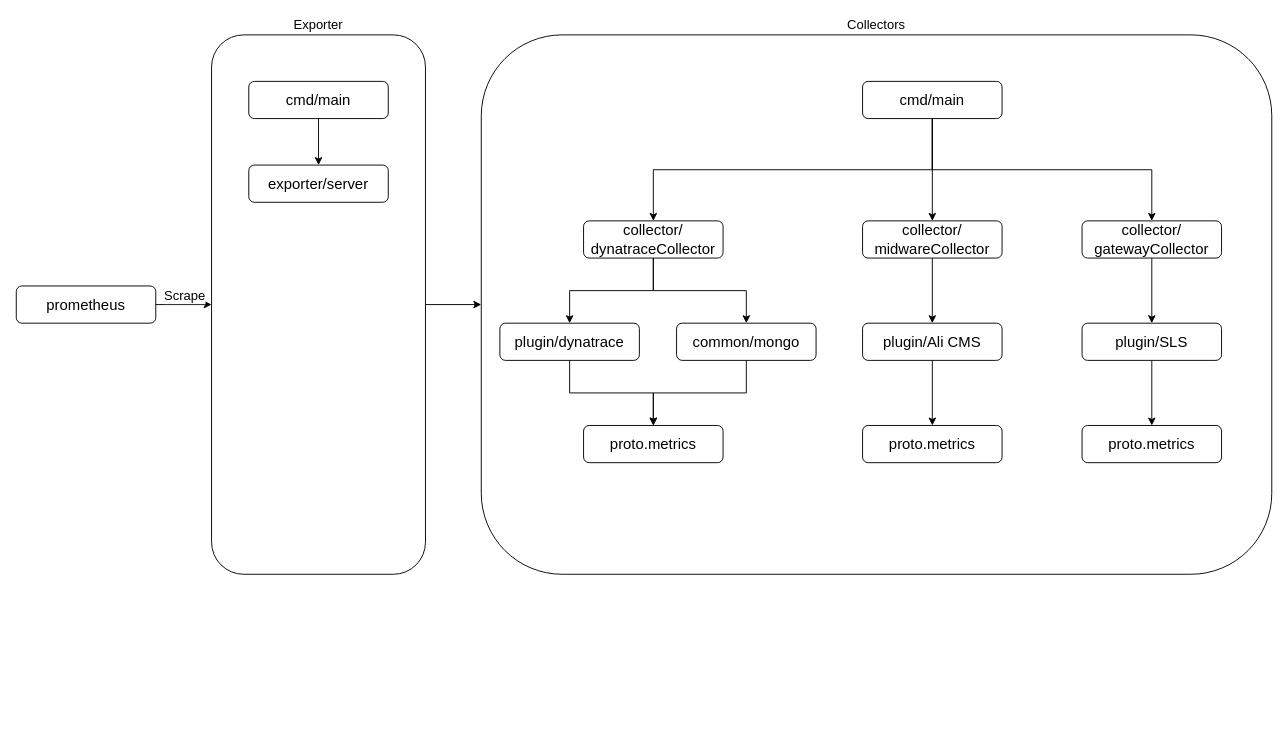
The draw.io diagram page "Exporter采集逻辑" (4 of 4) of 数据采集架构图.drawio in Allen9797/WorkZone, before the edit. Source tidied: cells renumbered, new cells numbered last; positions are measured from the earlier drawing's top-left corner, leaving out a move shared by most shapes. Both pictures are drawn from the tidied source at 93%, with x=0, y=0 at pixel (16, 34).
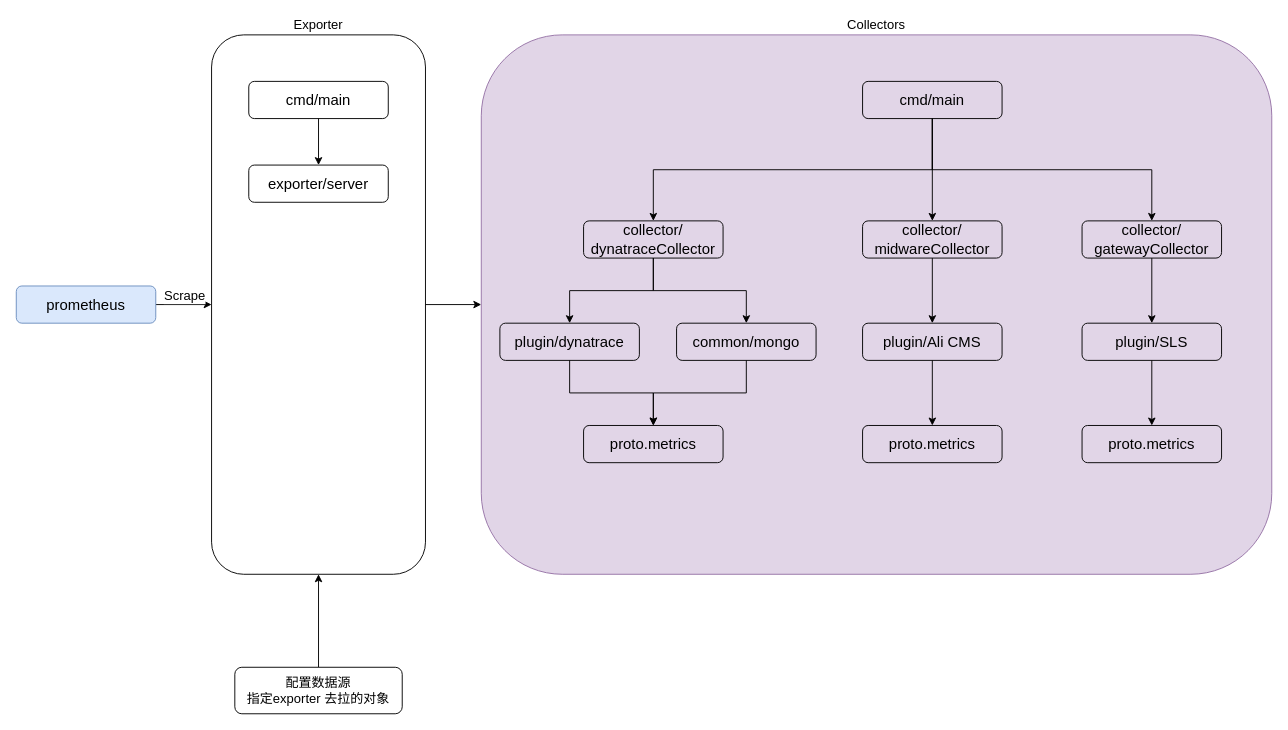
The same page after the edit.

Commit message (it also covers changes not shown here):
更新数据采集架构图.drawio

The change refers to these unchanged cells:
```xml
<mxCell id="4" value="Exporter" style="rounded=1;whiteSpace=wrap;html=1;fillColor=none;labelPosition=center;verticalLabelPosition=top;align=center;verticalAlign=bottom;fontSize=14;" parent="1" vertex="1">
  <mxGeometry x="210" width="230" height="580" as="geometry" />
</mxCell>
```

Diff of the diagram source:
```diff
@@
-    <mxCell id="2" value="Collectors" style="rounded=1;whiteSpace=wrap;html=1;fillColor=none;labelPosition=center;verticalLabelPosition=top;align=center;verticalAlign=bottom;fontSize=14;" parent="1" vertex="1">
+    <mxCell id="2" value="Collectors" style="rounded=1;whiteSpace=wrap;html=1;fillColor=#e1d5e7;labelPosition=center;verticalLabelPosition=top;align=center;verticalAlign=bottom;fontSize=14;strokeColor=#9673a6;" parent="1" vertex="1">
       <mxGeometry x="500" width="850" height="580" as="geometry" />
     </mxCell>
@@
-    <mxCell id="32" value="prometheus" style="rounded=1;whiteSpace=wrap;html=1;labelPosition=center;verticalLabelPosition=middle;align=center;verticalAlign=middle;fillColor=none;fontSize=16;" parent="1" vertex="1">
+    <mxCell id="32" value="prometheus" style="rounded=1;whiteSpace=wrap;html=1;labelPosition=center;verticalLabelPosition=middle;align=center;verticalAlign=middle;fillColor=#dae8fc;fontSize=16;strokeColor=#6c8ebf;" parent="1" vertex="1">
       <mxGeometry y="270" width="150" height="40" as="geometry" />
     </mxCell>
+    <mxCell id="33" style="edgeStyle=orthogonalEdgeStyle;rounded=0;jettySize=auto;html=1;exitX=0.5;exitY=0;exitDx=0;exitDy=0;entryX=0.5;entryY=1;entryDx=0;entryDy=0;" parent="1" edge="1" source="34" target="4">
+      <mxGeometry relative="1" as="geometry" />
+    </mxCell>
+    <mxCell id="34" value="&lt;font style=&quot;font-size: 14px;&quot;&gt;配置数据源&lt;br&gt;指定exporter 去拉的对象&lt;br&gt;&lt;/font&gt;" style="rounded=1;whiteSpace=wrap;html=1;" parent="1" vertex="1">
+      <mxGeometry x="235" y="680" width="180" height="50" as="geometry" />
+    </mxCell>
```
